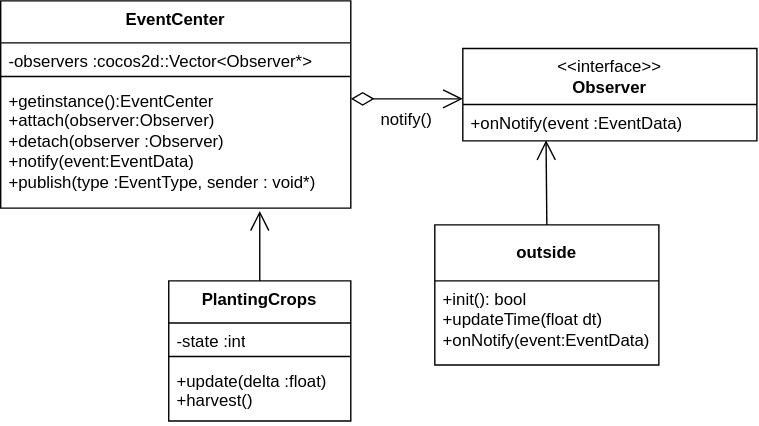
This is 文档/diagram/ObserverPatternUML.svg from Alian-yy/Stardew_Valley_Refactored, a draw.io export, as it was before one commit. Source tidied: cells renumbered, new cells last; positions are measured from the earlier drawing's top-left corner, leaving out a move shared by most shapes.
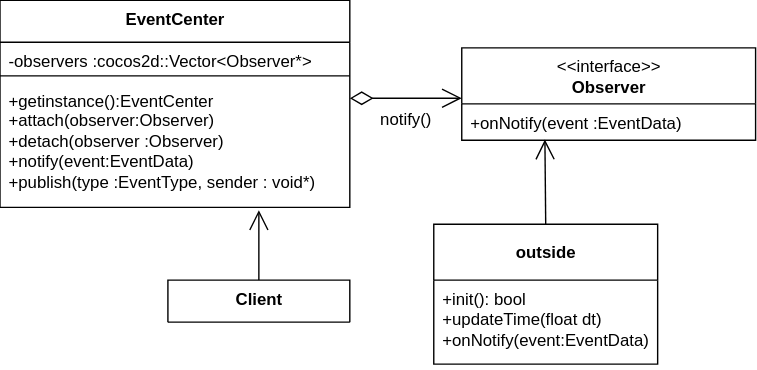
Above is the later version.

Commit message:
观察者模式文档修改

What changed in the source:
```diff
@@ -35,18 +35,9 @@
         <mxPoint x="185" y="150" as="targetPoint" />
       </mxGeometry>
     </mxCell>
-    <mxCell id="10" value="&lt;div&gt;&lt;div class=&quot;old-record-id-YUyEd9La6oxjD9xP3wucUYJAnhf&quot; style=&quot;&quot;&gt;PlantingCrops&lt;/div&gt;&lt;/div&gt;" style="swimlane;fontStyle=1;align=center;verticalAlign=top;horizontal=1;startSize=30;whiteSpace=wrap;html=1;" parent="1" vertex="1">
-      <mxGeometry x="120" y="200" width="130" height="100" as="geometry" />
+    <mxCell id="10" value="&lt;div&gt;&lt;div class=&quot;old-record-id-YUyEd9La6oxjD9xP3wucUYJAnhf&quot; style=&quot;&quot;&gt;Client&lt;/div&gt;&lt;/div&gt;" style="swimlane;fontStyle=1;align=center;verticalAlign=top;horizontal=1;startSize=30;whiteSpace=wrap;html=1;" parent="1" vertex="1">
+      <mxGeometry x="120" y="200" width="130" height="30" as="geometry" />
     </mxCell>
-    <mxCell id="11" value="-state :int&lt;span class=&quot;lark-record-clipboard&quot; data-lark-record-data=&quot;{&amp;quot;rootId&amp;quot;:&amp;quot;EZx7dX8LhoRCzwxejRgc2UNfnqe&amp;quot;,&amp;quot;text&amp;quot;:{&amp;quot;initialAttributedTexts&amp;quot;:{&amp;quot;text&amp;quot;:{&amp;quot;0&amp;quot;:&amp;quot;Server&amp;amp;&amp;quot;},&amp;quot;attribs&amp;quot;:{&amp;quot;0&amp;quot;:&amp;quot;*0+7&amp;quot;}},&amp;quot;apool&amp;quot;:{&amp;quot;numToAttrib&amp;quot;:{&amp;quot;0&amp;quot;:[&amp;quot;author&amp;quot;,&amp;quot;7388091254493544451&amp;quot;]},&amp;quot;nextNum&amp;quot;:1}},&amp;quot;type&amp;quot;:&amp;quot;text&amp;quot;,&amp;quot;referenceRecordMap&amp;quot;:{},&amp;quot;extra&amp;quot;:{&amp;quot;channel&amp;quot;:&amp;quot;saas&amp;quot;,&amp;quot;pasteRandomId&amp;quot;:&amp;quot;f720e6a6-a074-445c-822c-ecec378bf2c9&amp;quot;,&amp;quot;mention_page_title&amp;quot;:{},&amp;quot;external_mention_url&amp;quot;:{}},&amp;quot;isKeepQuoteContainer&amp;quot;:false,&amp;quot;isFromCode&amp;quot;:true,&amp;quot;selection&amp;quot;:[{&amp;quot;id&amp;quot;:8555,&amp;quot;type&amp;quot;:&amp;quot;text&amp;quot;,&amp;quot;selection&amp;quot;:{&amp;quot;start&amp;quot;:199,&amp;quot;end&amp;quot;:206},&amp;quot;recordId&amp;quot;:&amp;quot;YUyEd9La6oxjD9xP3wucUYJAnhf&amp;quot;}],&amp;quot;payloadMap&amp;quot;:{},&amp;quot;isCut&amp;quot;:false}&quot;&gt;&lt;/span&gt;" style="text;strokeColor=none;fillColor=none;align=left;verticalAlign=top;spacingLeft=4;spacingRight=4;overflow=hidden;whiteSpace=wrap;html=1;" parent="10" vertex="1">
-      <mxGeometry y="30" width="130" height="20" as="geometry" />
-    </mxCell>
-    <mxCell id="12" style="line;strokeWidth=1;fillColor=none;align=left;verticalAlign=middle;spacingTop=-1;spacingLeft=3;spacingRight=3;labelPosition=right;strokeColor=inherit;" parent="10" vertex="1">
-      <mxGeometry y="50" width="130" height="8" as="geometry" />
-    </mxCell>
-    <mxCell id="13" value="+update(delta :float)&lt;div&gt;+harvest()&lt;/div&gt;" style="text;strokeColor=none;fillColor=none;align=left;verticalAlign=top;spacingLeft=4;spacingRight=4;overflow=hidden;whiteSpace=wrap;html=1;" parent="10" vertex="1">
-      <mxGeometry y="58" width="130" height="42" as="geometry" />
-    </mxCell>
     <mxCell id="14" value="notify()" style="text;html=1;whiteSpace=wrap;strokeColor=none;fillColor=none;align=center;verticalAlign=middle;rounded=0;" parent="1" vertex="1">
       <mxGeometry x="260" y="70" width="60" height="30" as="geometry" />
     </mxCell>
```
